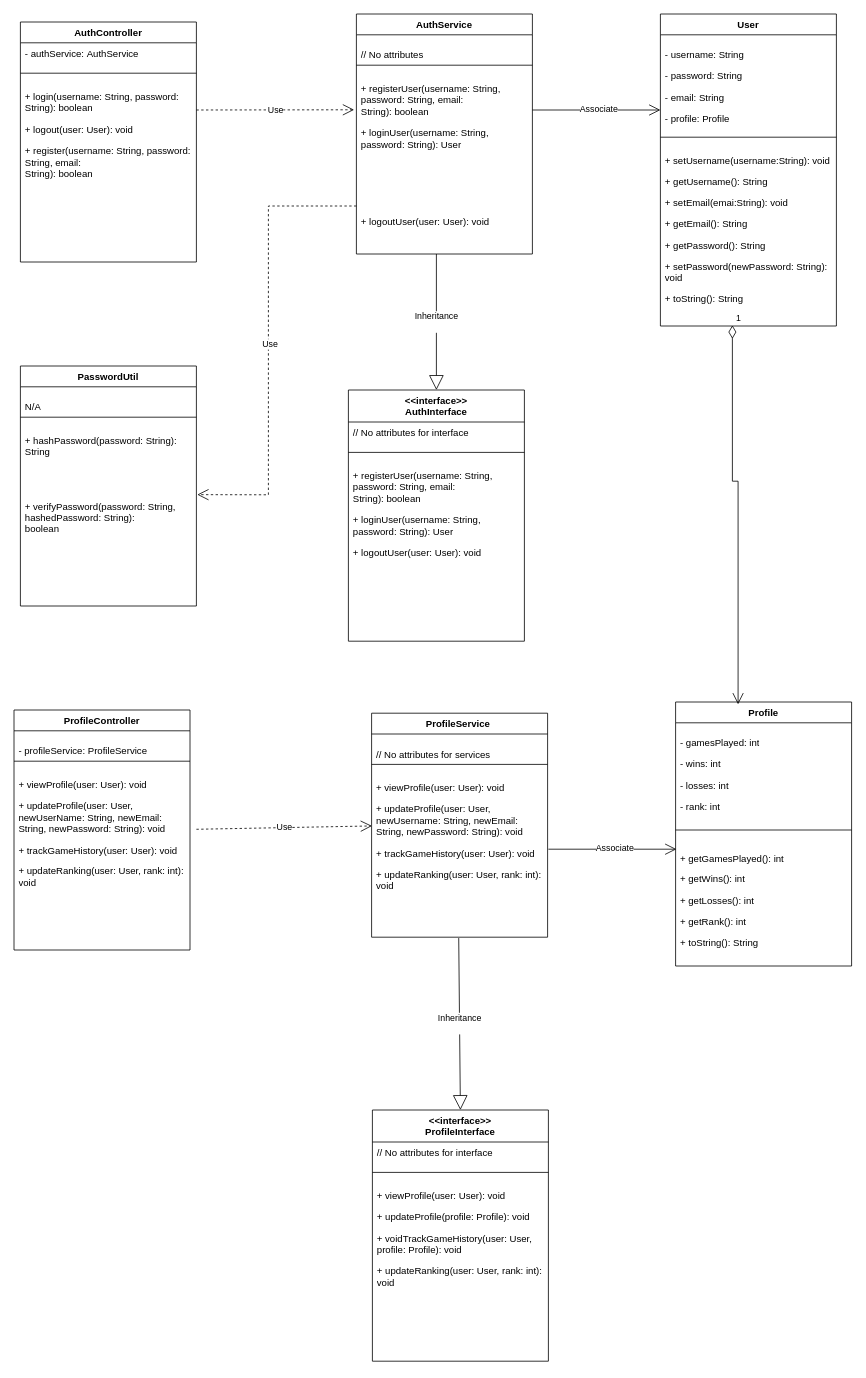
Above: src/ca/ucalgary/seng300/Authentication/Authentication_Class_Diagram.drawio in aeMyst/Minigame-Portal (draw.io), before the change. Source tidied: cells renumbered, new cells numbered last; positions are measured from the earlier drawing's top-left corner, leaving out a move shared by most shapes. Both pictures are drawn from the tidied source at 80%, with x=0, y=0 at pixel (14, 14).
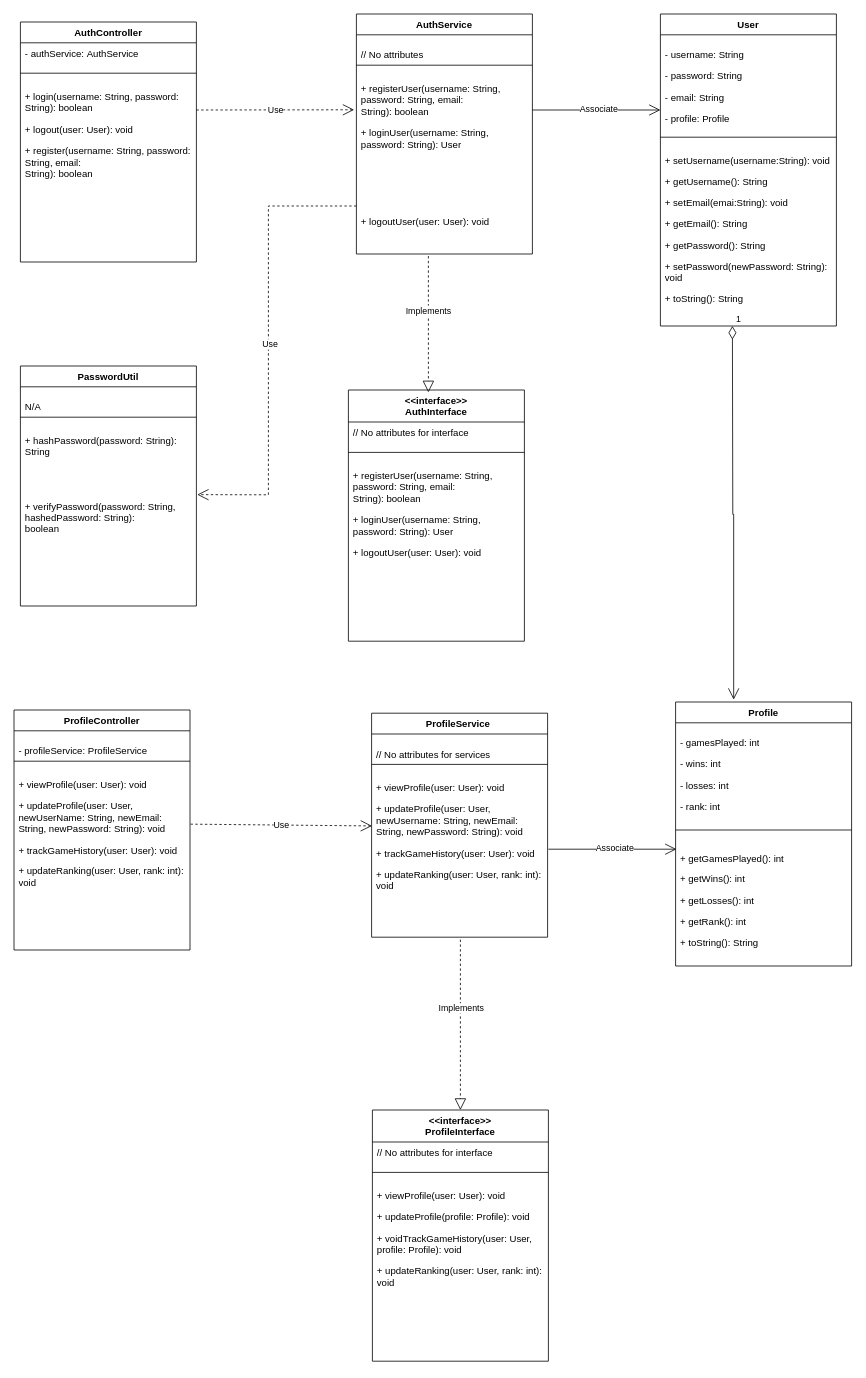
The same diagram, later.

Commit message:
Update the class structure diagram.

The change refers to these unchanged cells:
```xml
<mxCell id="9" value="&lt;p class=&quot;MsoNormal&quot;&gt;+ viewProfile(user: User): void&lt;/p&gt;&lt;p class=&quot;MsoNormal&quot;&gt;&lt;span style=&quot;background-color: initial;&quot;&gt;+ updateProfile(user: User, newUserName: String, newEmail: String, newPassword: String): void&lt;/span&gt;&lt;/p&gt;&lt;p class=&quot;MsoNormal&quot;&gt;&lt;span style=&quot;background-color: initial;&quot;&gt;+&amp;nbsp;&lt;/span&gt;&lt;span style=&quot;background-color: initial;&quot;&gt;trackGameHistory(user: User): void&lt;/span&gt;&lt;/p&gt;&lt;p class=&quot;MsoNormal&quot;&gt;&lt;span style=&quot;background-color: initial;&quot;&gt;+ updateRanking(user: User, rank: int): void&lt;/span&gt;&lt;/p&gt;" style="text;strokeColor=none;fillColor=none;align=left;verticalAlign=top;spacingLeft=4;spacingRight=4;overflow=hidden;points=[[0,0.5],[1,0.5]];portConstraint=eastwest;whiteSpace=wrap;html=1;" parent="6" vertex="1">
  <mxGeometry y="68" width="220" height="232" as="geometry" />
</mxCell>
<mxCell id="10" value="&lt;div&gt;&amp;lt;&amp;lt;interface&amp;gt;&amp;gt;&lt;/div&gt;AuthInterface" style="swimlane;fontStyle=1;align=center;verticalAlign=top;horizontal=1;startSize=40;whiteSpace=wrap;html=1;" parent="1" vertex="1">
  <mxGeometry x="418" y="470" width="220" height="314" as="geometry" />
</mxCell>
<mxCell id="14" value="&lt;div&gt;&amp;lt;&amp;lt;interface&amp;gt;&amp;gt;&lt;/div&gt;ProfileInterface" style="swimlane;fontStyle=1;align=center;verticalAlign=top;horizontal=1;startSize=40;whiteSpace=wrap;html=1;" parent="1" vertex="1">
  <mxGeometry x="448" y="1370" width="220" height="314" as="geometry" />
</mxCell>
<mxCell id="18" value="AuthService" style="swimlane;fontStyle=1;align=center;verticalAlign=top;horizontal=1;startSize=26;whiteSpace=wrap;html=1;" parent="1" vertex="1">
  <mxGeometry x="428" width="220" height="300" as="geometry" />
</mxCell>
<mxCell id="21" value="&lt;p class=&quot;MsoNormal&quot;&gt;+ registerUser(username: String, password: String, email:&lt;br/&gt;String): boolean&lt;/p&gt;&lt;p class=&quot;MsoNormal&quot;&gt;+ loginUser(username: String, password: String): User&lt;/p&gt;&lt;p class=&quot;MsoNormal&quot;&gt;&lt;br/&gt;&lt;br/&gt;&lt;br/&gt;&lt;br/&gt;&lt;/p&gt;&lt;p class=&quot;MsoNormal&quot;&gt;+ logoutUser(user: User): void&lt;/p&gt;" style="text;strokeColor=none;fillColor=none;align=left;verticalAlign=top;spacingLeft=4;spacingRight=4;overflow=hidden;points=[[0,0.5],[1,0.5]];portConstraint=eastwest;whiteSpace=wrap;html=1;" parent="18" vertex="1">
  <mxGeometry y="68" width="220" height="232" as="geometry" />
</mxCell>
<mxCell id="26" value="&lt;p class=&quot;MsoNormal&quot;&gt;+ viewProfile(user: User): void&lt;/p&gt;&lt;p class=&quot;MsoNormal&quot;&gt;&lt;span style=&quot;background-color: initial;&quot;&gt;+ updateProfile(user: User, newUsername: String, newEmail: String, newPassword: String): void&lt;/span&gt;&lt;/p&gt;&lt;p class=&quot;MsoNormal&quot;&gt;&lt;span style=&quot;background-color: initial;&quot;&gt;+ trackGameHistory(user: User): void&lt;/span&gt;&lt;/p&gt;&lt;p class=&quot;MsoNormal&quot;&gt;&lt;span style=&quot;background-color: initial;&quot;&gt;+ updateRanking(user: User, rank: int): void&lt;/span&gt;&lt;/p&gt;" style="text;strokeColor=none;fillColor=none;align=left;verticalAlign=top;spacingLeft=4;spacingRight=4;overflow=hidden;points=[[0,0.5],[1,0.5]];portConstraint=eastwest;whiteSpace=wrap;html=1;" parent="23" vertex="1">
  <mxGeometry y="68" width="220" height="212" as="geometry" />
</mxCell>
<mxCell id="30" value="&lt;p class=&quot;MsoNormal&quot;&gt;+ setUsername(username:String): void&lt;/p&gt;&lt;p class=&quot;MsoNormal&quot;&gt;+ getUsername(): String&lt;/p&gt;&lt;p class=&quot;MsoNormal&quot;&gt;+ setEmail(emai:String): void&lt;/p&gt;&lt;p class=&quot;MsoNormal&quot;&gt;+ getEmail(): String&lt;/p&gt;&lt;p class=&quot;MsoNormal&quot;&gt;+ getPassword(): String&lt;/p&gt;&lt;p class=&quot;MsoNormal&quot;&gt;+ setPassword(newPassword: String): void&lt;/p&gt;&lt;p class=&quot;MsoNormal&quot;&gt;+ toString(): String&lt;/p&gt;" style="text;strokeColor=none;fillColor=none;align=left;verticalAlign=top;spacingLeft=4;spacingRight=4;overflow=hidden;points=[[0,0.5],[1,0.5]];portConstraint=eastwest;whiteSpace=wrap;html=1;" parent="27" vertex="1">
  <mxGeometry y="158" width="220" height="232" as="geometry" />
</mxCell>
<mxCell id="31" value="Profile" style="swimlane;fontStyle=1;align=center;verticalAlign=top;horizontal=1;startSize=26;whiteSpace=wrap;html=1;" parent="1" vertex="1">
  <mxGeometry x="827" y="860" width="220" height="330" as="geometry" />
</mxCell>
```

Change to the diagram source:
```diff
@@
+    <mxCell id="48" style="endArrow=block;dashed=1;endFill=0;endSize=12;html=1;rounded=0;entryX=0.5;entryY=0;entryDx=0;entryDy=0;exitX=0.409;exitY=1.011;exitDx=0;exitDy=0;exitPerimeter=0;" parent="18" edge="1" source="21">
+      <mxGeometry relative="1" as="geometry">
+        <mxPoint x="90" y="473" as="targetPoint" />
+      </mxGeometry>
+    </mxCell>
+    <mxCell id="49" value="Implements" style="edgeLabel;html=1;align=center;verticalAlign=middle;" parent="48" vertex="1">
+      <mxGeometry x="-0.19" relative="1" as="geometry">
+        <mxPoint y="-1" as="offset" />
+      </mxGeometry>
+    </mxCell>
@@
-    <mxCell id="40" value="Use" style="endArrow=open;endSize=12;dashed=1;html=1;rounded=0;entryX=0.002;entryY=0.344;entryDx=0;entryDy=0;entryPerimeter=0;" parent="1" edge="1" target="26">
-      <mxGeometry relative="1" as="geometry">
-        <mxPoint x="228" y="1019.1" as="sourcePoint" />
-      </mxGeometry>
+    <mxCell id="40" value="Use" style="endArrow=open;endSize=12;dashed=1;html=1;rounded=0;entryX=0.002;entryY=0.344;entryDx=0;entryDy=0;entryPerimeter=0;exitX=1.003;exitY=0.322;exitDx=0;exitDy=0;exitPerimeter=0;" parent="1" edge="1" source="9" target="26">
+      <mxGeometry relative="1" as="geometry" />
     </mxCell>
-    <mxCell id="41" value="Inheritance&lt;div&gt;&lt;br&gt;&lt;/div&gt;" style="endArrow=block;endSize=16;endFill=0;html=1;rounded=0;entryX=0.5;entryY=0;entryDx=0;entryDy=0;" parent="1" edge="1" target="10">
-      <mxGeometry relative="1" as="geometry">
-        <mxPoint x="528" y="300" as="sourcePoint" />
-      </mxGeometry>
-    </mxCell>
-    <mxCell id="42" value="Inheritance&lt;div&gt;&lt;br&gt;&lt;/div&gt;" style="endArrow=block;endSize=16;endFill=0;html=1;rounded=0;entryX=0.5;entryY=0;entryDx=0;entryDy=0;exitX=0.495;exitY=1.005;exitDx=0;exitDy=0;exitPerimeter=0;" parent="1" edge="1" source="26" target="14">
-      <mxGeometry relative="1" as="geometry" />
-    </mxCell>
@@
-    <mxCell id="47" value="1" style="endArrow=open;html=1;endSize=12;startArrow=diamondThin;startSize=14;startFill=0;edgeStyle=orthogonalEdgeStyle;align=left;verticalAlign=bottom;rounded=0;entryX=0.355;entryY=0.009;entryDx=0;entryDy=0;entryPerimeter=0;exitX=0.409;exitY=0.996;exitDx=0;exitDy=0;exitPerimeter=0;" parent="1" edge="1" source="30" target="31">
+    <mxCell id="47" value="1" style="endArrow=open;html=1;endSize=12;startArrow=diamondThin;startSize=14;startFill=0;edgeStyle=orthogonalEdgeStyle;align=left;verticalAlign=bottom;rounded=0;entryX=0.33;entryY=-0.009;entryDx=0;entryDy=0;entryPerimeter=0;" parent="1" edge="1" target="31">
       <mxGeometry x="-1" y="3" relative="1" as="geometry">
-        <Array as="points">
-          <mxPoint x="898" y="584" />
-          <mxPoint x="906" y="584" />
-        </Array>
+        <mxPoint x="898" y="390" as="sourcePoint" />
       </mxGeometry>
     </mxCell>
+    <mxCell id="50" style="endArrow=block;dashed=1;endFill=0;endSize=12;html=1;rounded=0;entryX=0.5;entryY=0;entryDx=0;entryDy=0;" parent="1" edge="1" target="14">
+      <mxGeometry relative="1" as="geometry">
+        <mxPoint x="558" y="1157" as="sourcePoint" />
+      </mxGeometry>
+    </mxCell>
+    <mxCell id="51" value="Implements" style="edgeLabel;html=1;align=center;verticalAlign=middle;" parent="50" vertex="1">
+      <mxGeometry x="-0.19" relative="1" as="geometry">
+        <mxPoint y="-1" as="offset" />
+      </mxGeometry>
+    </mxCell>
```
